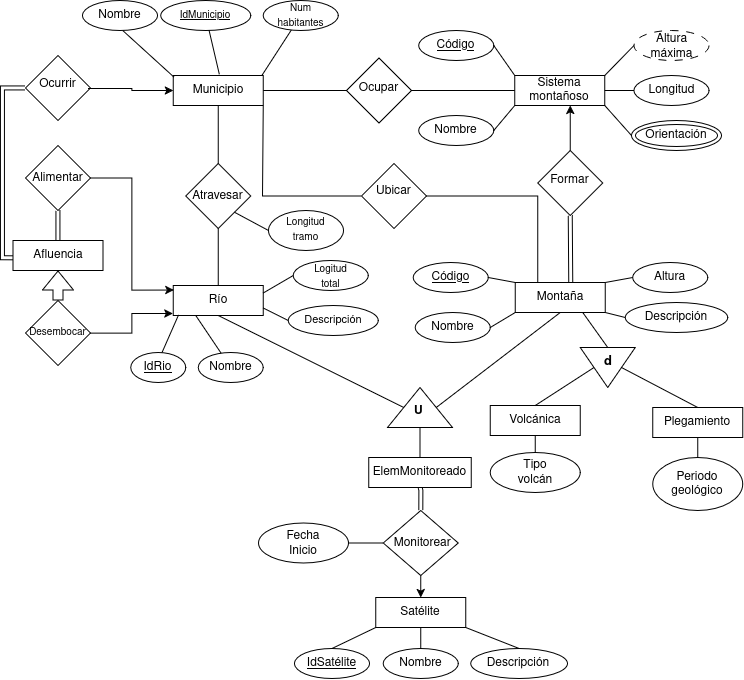
Before: Tarea2/imagenes/Sistema Geográfico.drawio.png, a diagram exported from draw.io (diegocist/Bases-Tareas-Los-FBI). Source tidied: cells renumbered, new cells last; positions are measured from the earlier drawing's top-left corner, leaving out a move shared by most shapes.
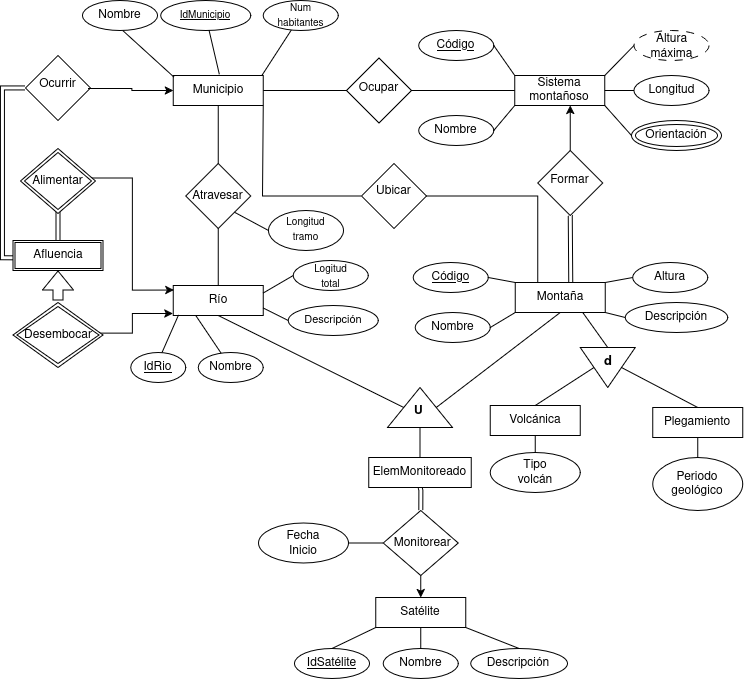
The same diagram one commit later.

Commit message:
Corrección diagrama 3iii

Change to the diagram source:
```diff
@@ -242,29 +242,31 @@
     <mxCell id="77" style="rounded=0;jettySize=auto;html=1;startArrow=none;startFill=0;endArrow=none;endFill=0;" parent="1" edge="1" source="50" target="47">
       <mxGeometry relative="1" as="geometry" />
     </mxCell>
-    <mxCell id="78" value="Afluencia" style="rounded=0;whiteSpace=wrap;html=1;" parent="1" vertex="1">
-      <mxGeometry x="10.5" y="240" width="90" height="30" as="geometry" />
-    </mxCell>
-    <mxCell id="79" style="edgeStyle=orthogonalEdgeStyle;rounded=0;jettySize=auto;html=1;entryX=0.5;entryY=0;entryDx=0;entryDy=0;shape=link;" parent="1" edge="1" source="80" target="78">
-      <mxGeometry relative="1" as="geometry" />
+    <mxCell id="79" style="edgeStyle=orthogonalEdgeStyle;rounded=0;orthogonalLoop=1;jettySize=auto;html=1;entryX=0.5;entryY=0;entryDx=0;entryDy=0;shape=link;" parent="1" edge="1">
+      <mxGeometry relative="1" as="geometry">
+        <mxPoint x="55.5" y="210" as="sourcePoint" />
+        <mxPoint x="55.5" y="240" as="targetPoint" />
+      </mxGeometry>
     </mxCell>
-    <mxCell id="80" value="Alimentar" style="rhombus;whiteSpace=wrap;html=1;shapeInside=1;" parent="1" vertex="1">
-      <mxGeometry x="23" y="145" width="65" height="65" as="geometry" />
-    </mxCell>
-    <mxCell id="81" value="&lt;font style=&quot;font-size: 10px;&quot;&gt;Desembocar&lt;/font&gt;" style="rhombus;whiteSpace=wrap;html=1;shapeInside=1;" parent="1" vertex="1">
-      <mxGeometry x="23" y="300" width="65" height="65" as="geometry" />
-    </mxCell>
-    <mxCell id="82" style="edgeStyle=orthogonalEdgeStyle;rounded=0;jettySize=auto;html=1;entryX=-0.005;entryY=0.93;entryDx=0;entryDy=0;entryPerimeter=0;" parent="1" edge="1" source="81" target="2">
-      <mxGeometry relative="1" as="geometry" />
+    <mxCell id="82" style="edgeStyle=orthogonalEdgeStyle;rounded=0;jettySize=auto;html=1;entryX=-0.005;entryY=0.93;entryDx=0;entryDy=0;entryPerimeter=0;" parent="1" edge="1" target="2">
+      <mxGeometry relative="1" as="geometry">
+        <mxPoint x="88" y="332.5" as="sourcePoint" />
+      </mxGeometry>
     </mxCell>
-    <mxCell id="83" style="rounded=0;jettySize=auto;html=1;exitX=0.5;exitY=0;exitDx=0;exitDy=0;startArrow=none;startFill=0;endArrow=block;endFill=0;shape=flexArrow;" parent="1" edge="1" source="81" target="78">
-      <mxGeometry relative="1" as="geometry" />
+    <mxCell id="83" style="rounded=0;orthogonalLoop=1;jettySize=auto;html=1;exitX=0.5;exitY=0;exitDx=0;exitDy=0;startArrow=none;startFill=0;endArrow=block;endFill=0;shape=flexArrow;" parent="1" edge="1">
+      <mxGeometry relative="1" as="geometry">
+        <mxPoint x="55.5" y="300" as="sourcePoint" />
+        <mxPoint x="55.5" y="270" as="targetPoint" />
+      </mxGeometry>
     </mxCell>
-    <mxCell id="84" style="edgeStyle=orthogonalEdgeStyle;rounded=0;jettySize=auto;html=1;entryX=0.008;entryY=0.152;entryDx=0;entryDy=0;entryPerimeter=0;endArrow=classic;endFill=1;" parent="1" edge="1" source="80" target="2">
-      <mxGeometry relative="1" as="geometry" />
+    <mxCell id="84" style="edgeStyle=orthogonalEdgeStyle;rounded=0;jettySize=auto;html=1;entryX=0.008;entryY=0.152;entryDx=0;entryDy=0;entryPerimeter=0;endArrow=classic;endFill=1;" parent="1" edge="1" target="2">
+      <mxGeometry relative="1" as="geometry">
+        <mxPoint x="88" y="177.5" as="sourcePoint" />
+      </mxGeometry>
     </mxCell>
-    <mxCell id="85" style="edgeStyle=orthogonalEdgeStyle;rounded=0;jettySize=auto;html=1;entryX=0.004;entryY=0.578;entryDx=0;entryDy=0;entryPerimeter=0;shape=link;" parent="1" edge="1" source="86" target="78">
+    <mxCell id="85" style="edgeStyle=orthogonalEdgeStyle;rounded=0;jettySize=auto;html=1;entryX=0.004;entryY=0.578;entryDx=0;entryDy=0;entryPerimeter=0;shape=link;" parent="1" edge="1" source="86">
       <mxGeometry relative="1" as="geometry">
+        <mxPoint x="10.9" y="257.3" as="targetPoint" />
         <Array as="points">
           <mxPoint y="87.5" />
           <mxPoint y="257.3" />
@@ -286,5 +288,14 @@
     <mxCell id="90" style="rounded=0;jettySize=auto;html=1;exitX=0;exitY=0.5;exitDx=0;exitDy=0;startArrow=none;startFill=0;endArrow=none;endFill=0;entryX=1;entryY=1;entryDx=0;entryDy=0;" parent="1" edge="1" source="89" target="64">
       <mxGeometry relative="1" as="geometry" />
     </mxCell>
+    <mxCell id="78" value="Afluencia" style="shape=ext;double=1;rounded=0;whiteSpace=wrap;html=1;" parent="1" vertex="1">
+      <mxGeometry x="10.5" y="240" width="90" height="30" as="geometry" />
+    </mxCell>
+    <mxCell id="80" value="Alimentar" style="shape=rhombus;double=1;perimeter=rhombusPerimeter;whiteSpace=wrap;html=1;align=center;" parent="1" vertex="1">
+      <mxGeometry x="18" y="148" width="75" height="65" as="geometry" />
+    </mxCell>
+    <mxCell id="81" value="Desembocar" style="shape=rhombus;double=1;perimeter=rhombusPerimeter;whiteSpace=wrap;html=1;align=center;" parent="1" vertex="1">
+      <mxGeometry x="10.5" y="302" width="90" height="65" as="geometry" />
+    </mxCell>
   </root>
 </mxGraphModel>
```
